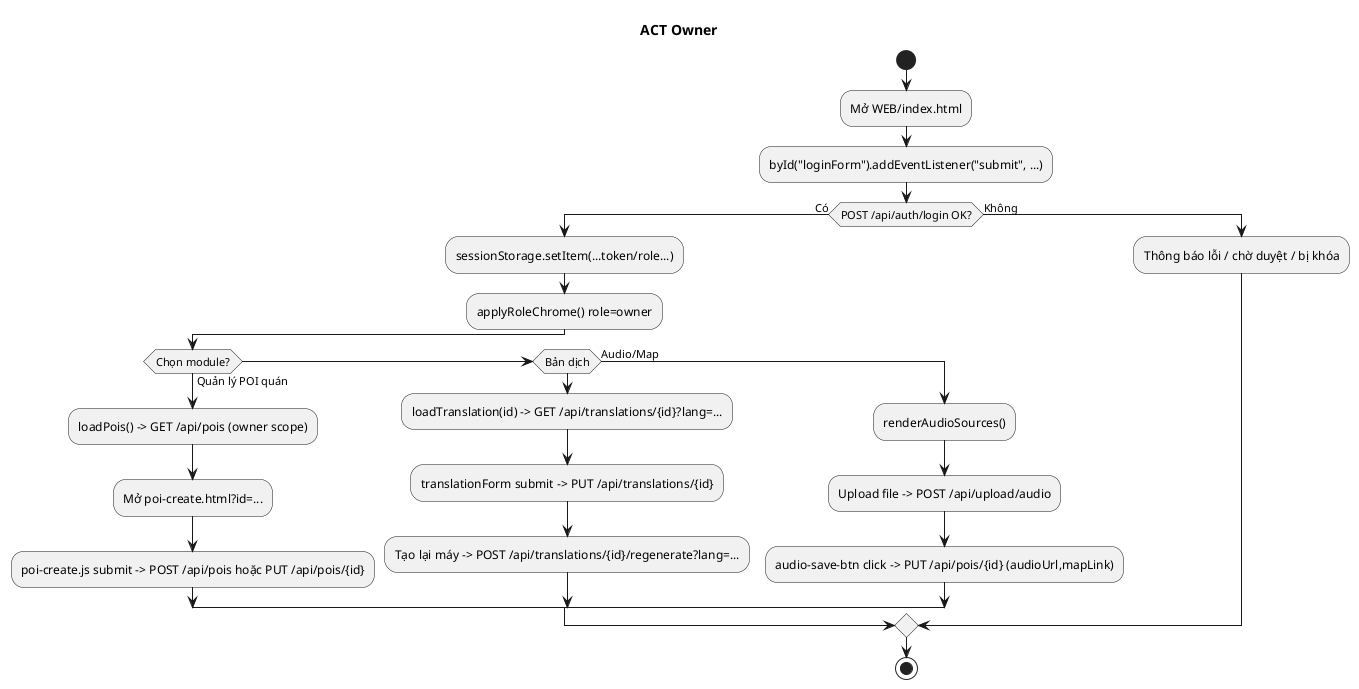
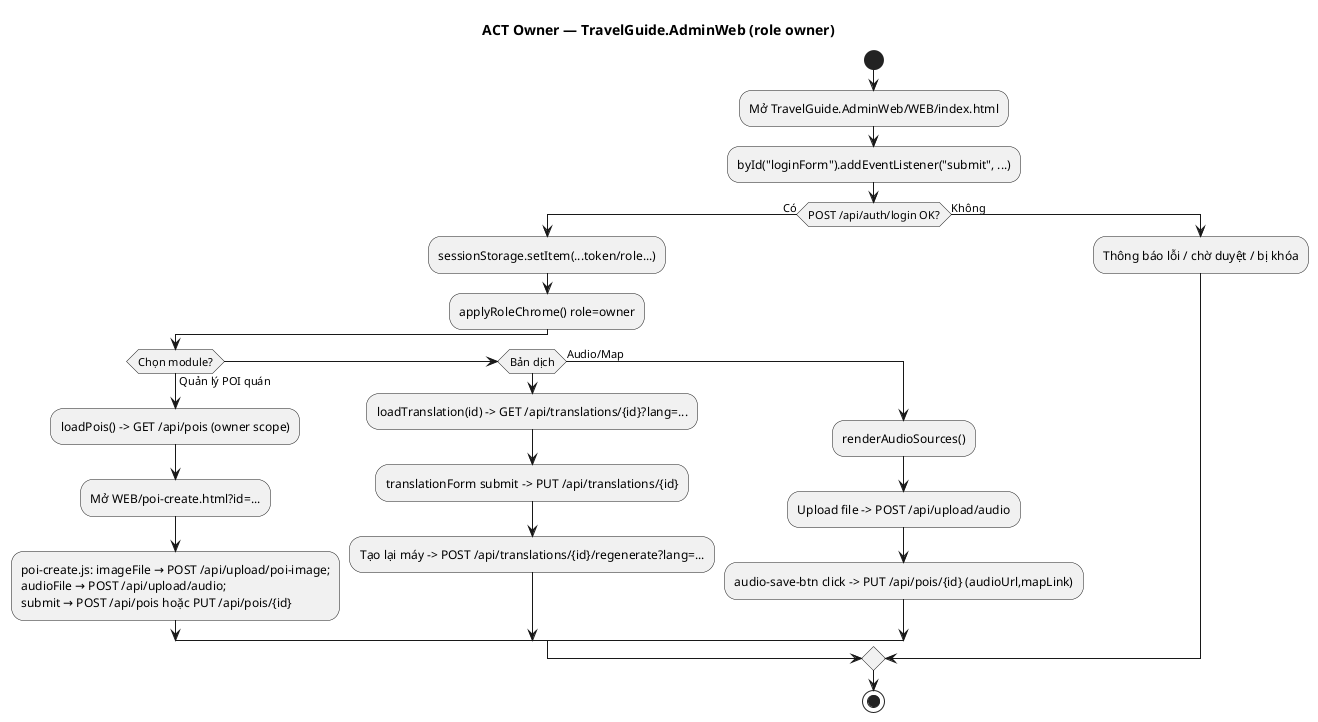
@startuml
- title ACT Owner
+ title ACT Owner — TravelGuide.AdminWeb (role owner)
start
- :Mở WEB/index.html;
+ :Mở TravelGuide.AdminWeb/WEB/index.html;
:byId("loginForm").addEventListener("submit", ...);
if (POST /api/auth/login OK?) then (Có)
  :sessionStorage.setItem(...token/role...);
  :applyRoleChrome() role=owner;
  if (Chọn module?) then (Quản lý POI quán)
    :loadPois() -> GET /api/pois (owner scope);
-     :Mở poi-create.html?id=...;
-     :poi-create.js submit -> POST /api/pois hoặc PUT /api/pois/{id};
+     :Mở WEB/poi-create.html?id=...;
+     :poi-create.js: imageFile → POST /api/upload/poi-image;\naudioFile → POST /api/upload/audio;\nsubmit → POST /api/pois hoặc PUT /api/pois/{id};
  elseif (Bản dịch)
    :loadTranslation(id) -> GET /api/translations/{id}?lang=...;
    :translationForm submit -> PUT /api/translations/{id};
    :Tạo lại máy -> POST /api/translations/{id}/regenerate?lang=...;
  else (Audio/Map)
    :renderAudioSources();
    :Upload file -> POST /api/upload/audio;
    :audio-save-btn click -> PUT /api/pois/{id} (audioUrl,mapLink);
  endif
else (Không)
  :Thông báo lỗi / chờ duyệt / bị khóa;
endif
stop
@enduml
